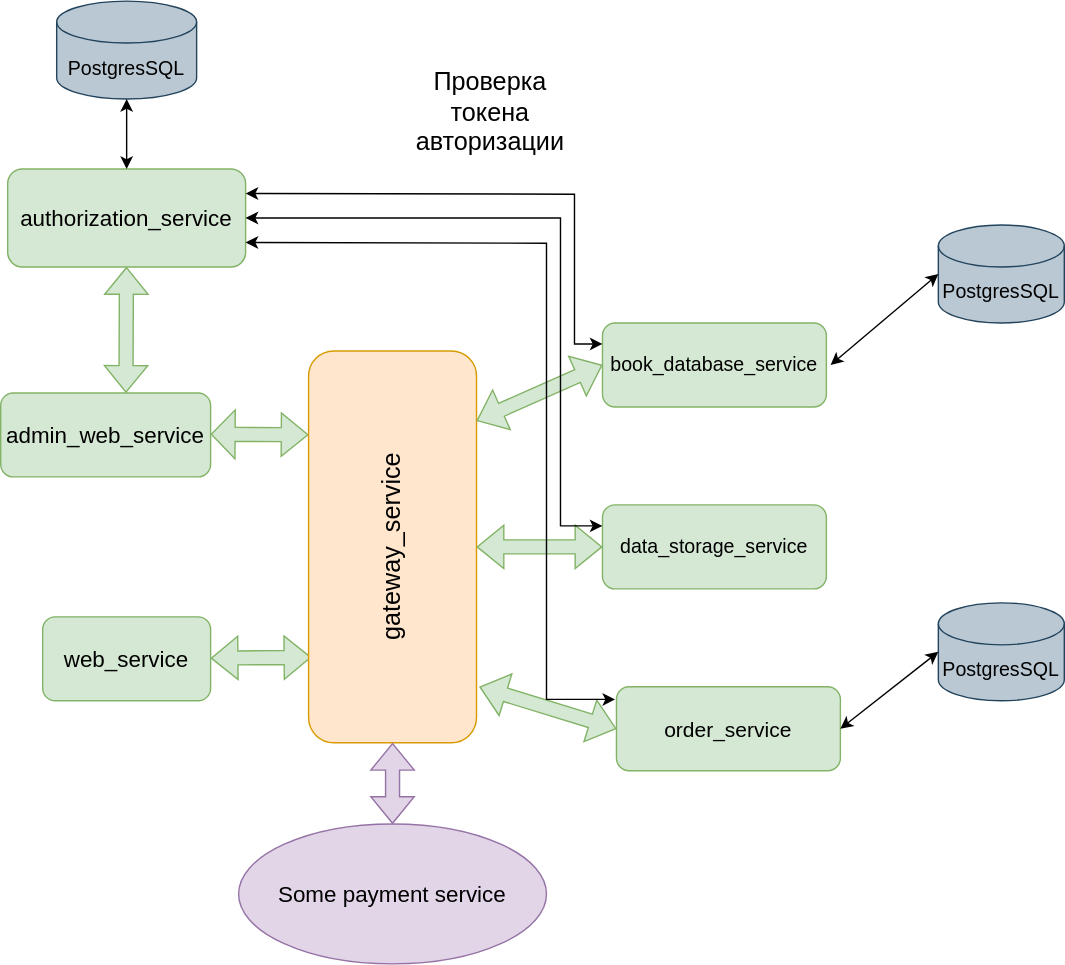
Before: projStruct.svg, a diagram exported from draw.io (KiriusK/BookshopWithOauth2Server). Source tidied: cells renumbered, new cells last; positions are measured from the earlier drawing's top-left corner, leaving out a move shared by most shapes.
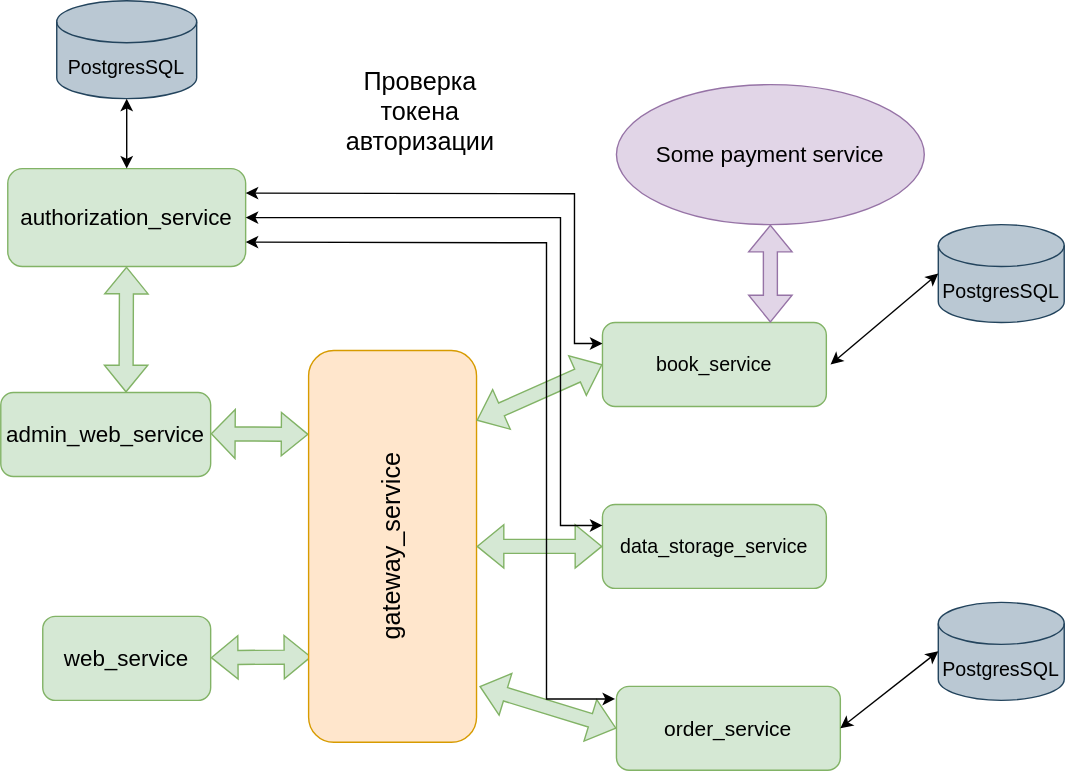
Above is the later version.

Commit message:
Изменен рисунок структурной схемы

Diff of the diagram source:
```diff
@@ -35,7 +35,7 @@
     <mxCell id="10" style="endArrow=classic;startArrow=classic;html=1;rounded=0;exitX=0.5;exitY=0;exitDx=0;exitDy=0;entryX=0.5;entryY=1;entryDx=0;entryDy=0;entryPerimeter=0;" parent="1" edge="1" source="8" target="9">
       <mxGeometry relative="1" as="geometry" />
     </mxCell>
-    <mxCell id="11" value="book_database_service" style="rounded=1;whiteSpace=wrap;html=1;fontSize=14;fillColor=#d5e8d4;strokeColor=#82b366;" parent="1" vertex="1">
+    <mxCell id="11" value="book_service" style="rounded=1;whiteSpace=wrap;html=1;fontSize=14;fillColor=#d5e8d4;strokeColor=#82b366;" parent="1" vertex="1">
       <mxGeometry x="430" y="230" width="160" height="60" as="geometry" />
     </mxCell>
     <mxCell id="12" value="data_storage_service" style="rounded=1;whiteSpace=wrap;html=1;fontSize=14;fillColor=#d5e8d4;strokeColor=#82b366;" parent="1" vertex="1">
@@ -87,14 +87,15 @@
       </mxGeometry>
     </mxCell>
     <mxCell id="22" value="Проверка токена авторизации" style="text;html=1;align=center;verticalAlign=middle;whiteSpace=wrap;rounded=0;fontSize=18;" parent="1" vertex="1">
-      <mxGeometry x="290" y="30" width="120" height="100" as="geometry" />
+      <mxGeometry x="240" y="30" width="120" height="100" as="geometry" />
     </mxCell>
     <mxCell id="23" value="Some payment service" style="ellipse;whiteSpace=wrap;html=1;fontSize=16;fillColor=#e1d5e7;strokeColor=#9673a6;" parent="1" vertex="1">
-      <mxGeometry x="170" y="588" width="220" height="100" as="geometry" />
+      <mxGeometry x="440" y="60" width="220" height="100" as="geometry" />
     </mxCell>
-    <mxCell id="24" style="shape=flexArrow;endArrow=classic;startArrow=classic;html=1;rounded=0;fillColor=#e1d5e7;strokeColor=#9673a6;" parent="1" edge="1" source="23">
+    <mxCell id="24" style="shape=flexArrow;endArrow=classic;startArrow=classic;html=1;rounded=0;fillColor=#e1d5e7;strokeColor=#9673a6;exitX=0.5;exitY=0;exitDx=0;exitDy=0;" parent="1" edge="1">
       <mxGeometry relative="1" as="geometry">
-        <mxPoint x="280" y="530" as="targetPoint" />
+        <mxPoint x="550" y="230" as="sourcePoint" />
+        <mxPoint x="550" y="160" as="targetPoint" />
       </mxGeometry>
     </mxCell>
     <mxCell id="25" style="endArrow=classic;startArrow=classic;html=1;rounded=0;entryX=0;entryY=0.5;entryDx=0;entryDy=0;entryPerimeter=0;" parent="1" edge="1" target="14">
```
